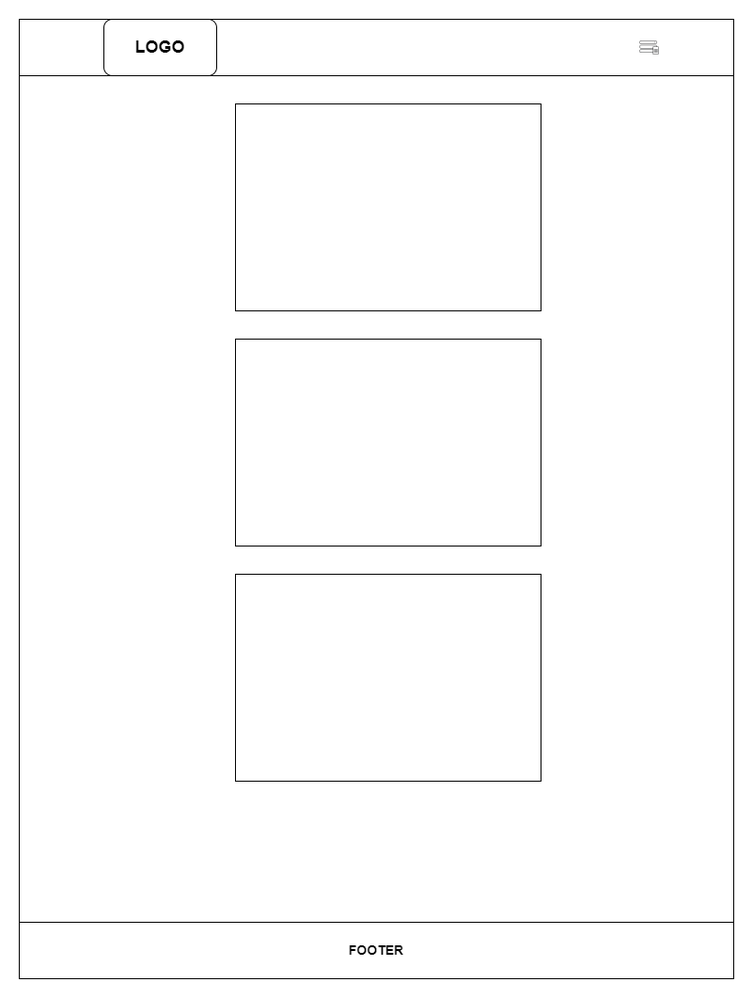
This is img/San pham-IPAD.png from NguyenHocPH36330/Web106_HocNC, a draw.io export, as it was before one commit. Source tidied: cells renumbered, new cells last; positions are measured from the earlier drawing's top-left corner, leaving out a move shared by most shapes. The source it was exported from:
```xml
<mxGraphModel>
  <root>
    <mxCell id="0" />
    <mxCell id="1" parent="0" />
    <mxCell id="2" style="rounded=0;whiteSpace=wrap;html=1;" parent="1" vertex="1">
      <mxGeometry width="760" height="1020" as="geometry" />
    </mxCell>
    <mxCell id="3" style="rounded=0;whiteSpace=wrap;html=1;" parent="1" vertex="1">
      <mxGeometry width="760" height="60" as="geometry" />
    </mxCell>
    <mxCell id="4" value="&lt;h2&gt;LOGO&lt;/h2&gt;" style="rounded=1;whiteSpace=wrap;html=1;" parent="1" vertex="1">
      <mxGeometry x="90" width="120" height="60" as="geometry" />
    </mxCell>
    <mxCell id="5" style="sketch=0;shadow=0;dashed=0;html=1;strokeColor=none;fillColor=#434445;labelPosition=center;verticalLabelPosition=bottom;verticalAlign=top;align=center;shape=mxgraph.vvd.array_manager;" parent="1" vertex="1">
      <mxGeometry x="660" y="22.7" width="20" height="14.6" as="geometry" />
    </mxCell>
    <mxCell id="6" style="rounded=0;whiteSpace=wrap;html=1;" parent="1" vertex="1">
      <mxGeometry x="230" y="90" width="325" height="220" as="geometry" />
    </mxCell>
    <mxCell id="7" value="&lt;h3&gt;FOOTER&lt;/h3&gt;" style="rounded=0;whiteSpace=wrap;html=1;" parent="1" vertex="1">
      <mxGeometry y="960" width="760" height="60" as="geometry" />
    </mxCell>
    <mxCell id="8" style="rounded=0;whiteSpace=wrap;html=1;" parent="1" vertex="1">
      <mxGeometry x="230" y="340" width="325" height="220" as="geometry" />
    </mxCell>
    <mxCell id="9" style="rounded=0;whiteSpace=wrap;html=1;" parent="1" vertex="1">
      <mxGeometry x="230" y="590" width="325" height="220" as="geometry" />
    </mxCell>
  </root>
</mxGraphModel>
```
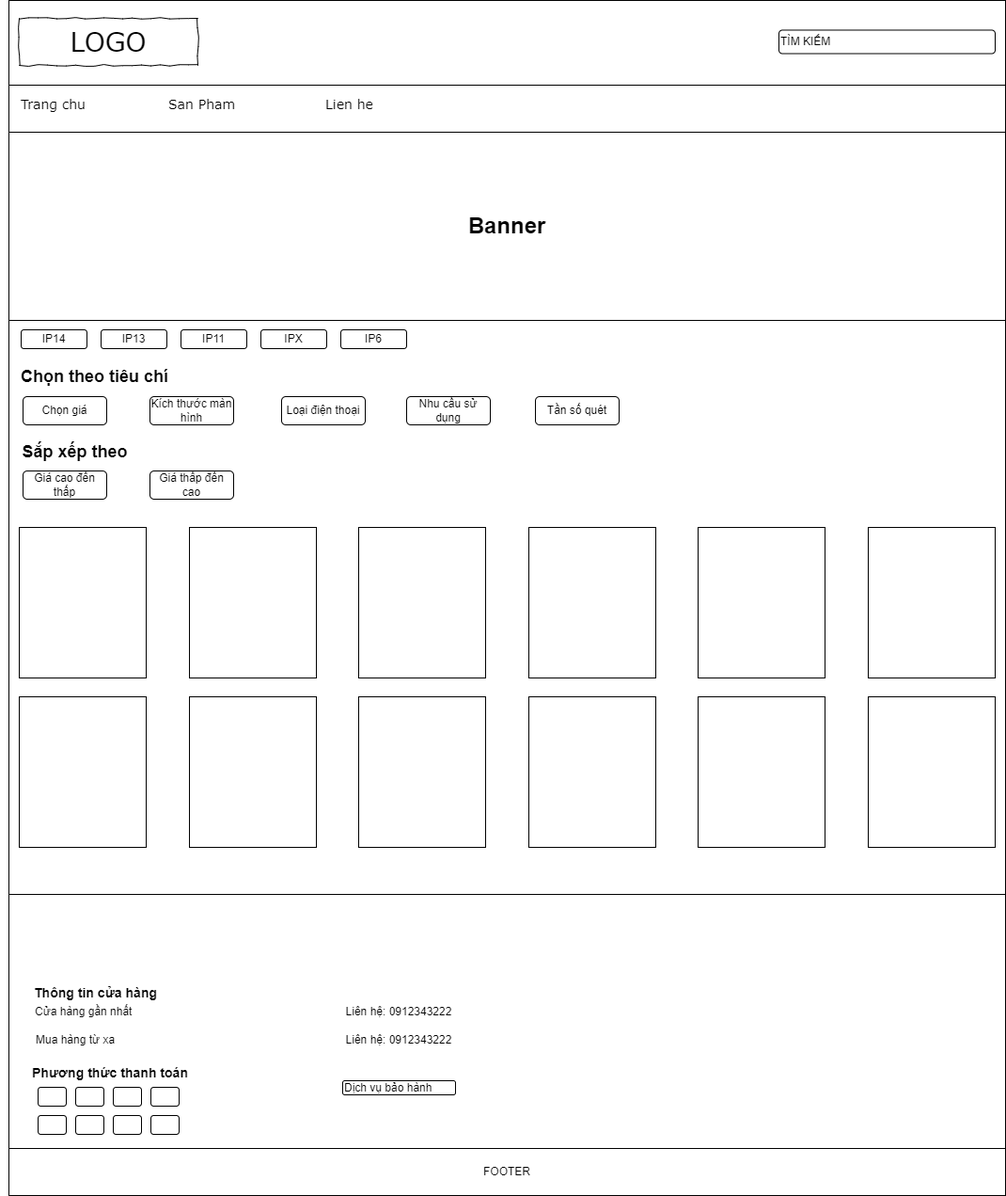
The same file after the commit.

The edit, as a diff of the source:
```diff
@@ -2,29 +2,158 @@
   <root>
     <mxCell id="0" />
     <mxCell id="1" parent="0" />
-    <mxCell id="2" style="rounded=0;whiteSpace=wrap;html=1;" parent="1" vertex="1">
-      <mxGeometry width="760" height="1020" as="geometry" />
-    </mxCell>
-    <mxCell id="3" style="rounded=0;whiteSpace=wrap;html=1;" parent="1" vertex="1">
-      <mxGeometry width="760" height="60" as="geometry" />
-    </mxCell>
+    <mxCell id="10" style="rounded=0;whiteSpace=wrap;html=1;" parent="1" vertex="1">
+      <mxGeometry x="-1050" y="10" width="1060" height="1260" as="geometry" />
+    </mxCell>
+    <mxCell id="11" style="rounded=0;whiteSpace=wrap;html=1;" parent="1" vertex="1">
+      <mxGeometry x="-1050" width="1060" height="90" as="geometry" />
+    </mxCell>
+    <mxCell id="12" value="Trang chu" style="text;html=1;align=left;verticalAlign=top;spacingTop=-4;fontSize=14;fontFamily=Verdana;flipH=0;" parent="1" vertex="1">
+      <mxGeometry x="-1039" y="100" width="75" height="20" as="geometry" />
+    </mxCell>
+    <mxCell id="13" value="San Pham" style="text;html=1;align=left;verticalAlign=top;spacingTop=-4;fontSize=14;fontFamily=Verdana;flipH=0;" parent="1" vertex="1">
+      <mxGeometry x="-882" y="100" width="75" height="20" as="geometry" />
+    </mxCell>
+    <mxCell id="14" value="Lien he" style="text;html=1;align=left;verticalAlign=top;spacingTop=-4;fontSize=14;fontFamily=Verdana;flipH=0;" parent="1" vertex="1">
+      <mxGeometry x="-715" y="100" width="75" height="20" as="geometry" />
+    </mxCell>
-    <mxCell id="4" value="&lt;h2&gt;LOGO&lt;/h2&gt;" style="rounded=1;whiteSpace=wrap;html=1;" parent="1" vertex="1">
-      <mxGeometry x="90" width="120" height="60" as="geometry" />
+    <mxCell id="4" value="LOGO" style="whiteSpace=wrap;html=1;rounded=0;shadow=0;labelBackgroundColor=none;strokeWidth=1;fontFamily=Verdana;fontSize=28;align=center;comic=1;" parent="1" vertex="1">
+      <mxGeometry x="-1039" y="19" width="190" height="50" as="geometry" />
     </mxCell>
-    <mxCell id="5" style="sketch=0;shadow=0;dashed=0;html=1;strokeColor=none;fillColor=#434445;labelPosition=center;verticalLabelPosition=bottom;verticalAlign=top;align=center;shape=mxgraph.vvd.array_manager;" parent="1" vertex="1">
-      <mxGeometry x="660" y="22.7" width="20" height="14.6" as="geometry" />
-    </mxCell>
-    <mxCell id="6" style="rounded=0;whiteSpace=wrap;html=1;" parent="1" vertex="1">
-      <mxGeometry x="230" y="90" width="325" height="220" as="geometry" />
-    </mxCell>
+    <mxCell id="15" value="&lt;h1&gt;Banner&lt;/h1&gt;" style="rounded=0;whiteSpace=wrap;html=1;" parent="1" vertex="1">
+      <mxGeometry x="-1050" y="140" width="1060" height="200" as="geometry" />
+    </mxCell>
+    <mxCell id="16" value="TÌM KIẾM" style="rounded=1;whiteSpace=wrap;html=1;align=left;" parent="1" vertex="1">
+      <mxGeometry x="-231" y="31.5" width="230" height="25" as="geometry" />
+    </mxCell>
+    <mxCell id="17" value="&lt;h2&gt;Chọn theo tiêu chí&lt;/h2&gt;" style="text;html=1;strokeColor=none;fillColor=none;align=left;verticalAlign=middle;whiteSpace=wrap;rounded=0;" parent="1" vertex="1">
+      <mxGeometry x="-1039" y="385" width="159" height="30" as="geometry" />
+    </mxCell>
+    <mxCell id="18" value="IP14" style="rounded=1;whiteSpace=wrap;html=1;flipH=1;" parent="1" vertex="1">
+      <mxGeometry x="-1037" y="350" width="70" height="20" as="geometry" />
+    </mxCell>
+    <mxCell id="19" value="IP13" style="rounded=1;whiteSpace=wrap;html=1;flipH=1;" parent="1" vertex="1">
+      <mxGeometry x="-952" y="350" width="70" height="20" as="geometry" />
+    </mxCell>
+    <mxCell id="20" value="IP11" style="rounded=1;whiteSpace=wrap;html=1;flipH=1;" parent="1" vertex="1">
+      <mxGeometry x="-867" y="350" width="70" height="20" as="geometry" />
+    </mxCell>
+    <mxCell id="21" value="IPX" style="rounded=1;whiteSpace=wrap;html=1;flipH=1;" parent="1" vertex="1">
+      <mxGeometry x="-782" y="350" width="70" height="20" as="geometry" />
+    </mxCell>
+    <mxCell id="22" value="IP6" style="rounded=1;whiteSpace=wrap;html=1;flipH=1;" parent="1" vertex="1">
+      <mxGeometry x="-697" y="350" width="70" height="20" as="geometry" />
+    </mxCell>
+    <mxCell id="23" value="Chọn giá" style="rounded=1;whiteSpace=wrap;html=1;" parent="1" vertex="1">
+      <mxGeometry x="-1035" y="421" width="89" height="30" as="geometry" />
+    </mxCell>
+    <mxCell id="24" value="Kích thước màn hình" style="rounded=1;whiteSpace=wrap;html=1;" parent="1" vertex="1">
+      <mxGeometry x="-900" y="421" width="89" height="30" as="geometry" />
+    </mxCell>
+    <mxCell id="25" value="Loại điện thoại" style="rounded=1;whiteSpace=wrap;html=1;" parent="1" vertex="1">
+      <mxGeometry x="-760" y="421" width="89" height="30" as="geometry" />
+    </mxCell>
+    <mxCell id="26" value="Nhu cầu sử dụng" style="rounded=1;whiteSpace=wrap;html=1;" parent="1" vertex="1">
+      <mxGeometry x="-627" y="421" width="89" height="30" as="geometry" />
+    </mxCell>
+    <mxCell id="27" value="Tần số quét" style="rounded=1;whiteSpace=wrap;html=1;" parent="1" vertex="1">
+      <mxGeometry x="-490" y="421" width="89" height="30" as="geometry" />
+    </mxCell>
+    <mxCell id="28" value="&lt;h2&gt;Sắp xếp theo&lt;/h2&gt;" style="text;html=1;strokeColor=none;fillColor=none;align=center;verticalAlign=middle;whiteSpace=wrap;rounded=0;" parent="1" vertex="1">
+      <mxGeometry x="-1059" y="465" width="159" height="30" as="geometry" />
+    </mxCell>
+    <mxCell id="29" value="Giá cao đến thấp" style="rounded=1;whiteSpace=wrap;html=1;" parent="1" vertex="1">
+      <mxGeometry x="-1035" y="500" width="89" height="30" as="geometry" />
+    </mxCell>
+    <mxCell id="30" value="Giá thấp đến cao" style="rounded=1;whiteSpace=wrap;html=1;" parent="1" vertex="1">
+      <mxGeometry x="-900" y="500" width="89" height="30" as="geometry" />
+    </mxCell>
+    <mxCell id="31" style="rounded=0;whiteSpace=wrap;html=1;flipH=0;" parent="1" vertex="1">
+      <mxGeometry x="-1039" y="560" width="135" height="160" as="geometry" />
+    </mxCell>
+    <mxCell id="32" style="rounded=0;whiteSpace=wrap;html=1;flipH=0;" parent="1" vertex="1">
+      <mxGeometry x="-858" y="560" width="135" height="160" as="geometry" />
+    </mxCell>
+    <mxCell id="33" style="rounded=0;whiteSpace=wrap;html=1;flipH=0;" parent="1" vertex="1">
+      <mxGeometry x="-678" y="560" width="135" height="160" as="geometry" />
+    </mxCell>
+    <mxCell id="34" style="rounded=0;whiteSpace=wrap;html=1;flipH=0;" parent="1" vertex="1">
+      <mxGeometry x="-497" y="560" width="135" height="160" as="geometry" />
+    </mxCell>
+    <mxCell id="35" style="rounded=0;whiteSpace=wrap;html=1;flipH=0;" parent="1" vertex="1">
+      <mxGeometry x="-317" y="560" width="135" height="160" as="geometry" />
+    </mxCell>
+    <mxCell id="36" style="rounded=0;whiteSpace=wrap;html=1;flipH=0;" parent="1" vertex="1">
+      <mxGeometry x="-136" y="560" width="135" height="160" as="geometry" />
+    </mxCell>
+    <mxCell id="37" style="rounded=0;whiteSpace=wrap;html=1;flipH=0;" parent="1" vertex="1">
+      <mxGeometry x="-1039" y="740" width="135" height="160" as="geometry" />
+    </mxCell>
+    <mxCell id="38" style="rounded=0;whiteSpace=wrap;html=1;flipH=0;" parent="1" vertex="1">
+      <mxGeometry x="-858" y="740" width="135" height="160" as="geometry" />
+    </mxCell>
+    <mxCell id="39" style="rounded=0;whiteSpace=wrap;html=1;flipH=0;" parent="1" vertex="1">
+      <mxGeometry x="-678" y="740" width="135" height="160" as="geometry" />
+    </mxCell>
+    <mxCell id="40" style="rounded=0;whiteSpace=wrap;html=1;flipH=0;" parent="1" vertex="1">
+      <mxGeometry x="-497" y="740" width="135" height="160" as="geometry" />
+    </mxCell>
+    <mxCell id="41" style="rounded=0;whiteSpace=wrap;html=1;flipH=0;" parent="1" vertex="1">
+      <mxGeometry x="-317" y="740" width="135" height="160" as="geometry" />
+    </mxCell>
+    <mxCell id="42" style="rounded=0;whiteSpace=wrap;html=1;flipH=0;" parent="1" vertex="1">
+      <mxGeometry x="-136" y="740" width="135" height="160" as="geometry" />
+    </mxCell>
+    <mxCell id="43" value="&lt;h2&gt;&lt;br&gt;&lt;/h2&gt;" style="rounded=0;whiteSpace=wrap;html=1;align=left;" parent="1" vertex="1">
+      <mxGeometry x="-1050" y="950" width="1060" height="270" as="geometry" />
+    </mxCell>
+    <mxCell id="44" value="&lt;h3&gt;Thông tin cửa hàng&lt;/h3&gt;" style="text;html=1;strokeColor=none;fillColor=none;align=left;verticalAlign=middle;whiteSpace=wrap;rounded=0;" parent="1" vertex="1">
+      <mxGeometry x="-1025" y="1040" width="140" height="30" as="geometry" />
+    </mxCell>
+    <mxCell id="45" value="&lt;h3&gt;Phương thức thanh toán&lt;/h3&gt;" style="text;html=1;strokeColor=none;fillColor=none;align=center;verticalAlign=middle;whiteSpace=wrap;rounded=0;" parent="1" vertex="1">
+      <mxGeometry x="-1027" y="1125" width="170" height="30" as="geometry" />
+    </mxCell>
+    <mxCell id="46" style="rounded=1;whiteSpace=wrap;html=1;" parent="1" vertex="1">
+      <mxGeometry x="-1019" y="1155" width="30" height="20" as="geometry" />
+    </mxCell>
+    <mxCell id="47" style="rounded=1;whiteSpace=wrap;html=1;" parent="1" vertex="1">
+      <mxGeometry x="-979" y="1155" width="30" height="20" as="geometry" />
+    </mxCell>
+    <mxCell id="48" style="rounded=1;whiteSpace=wrap;html=1;" parent="1" vertex="1">
+      <mxGeometry x="-939" y="1155" width="30" height="20" as="geometry" />
+    </mxCell>
+    <mxCell id="49" style="rounded=1;whiteSpace=wrap;html=1;" parent="1" vertex="1">
+      <mxGeometry x="-899" y="1155" width="30" height="20" as="geometry" />
+    </mxCell>
+    <mxCell id="50" style="rounded=1;whiteSpace=wrap;html=1;" parent="1" vertex="1">
+      <mxGeometry x="-1019" y="1185" width="30" height="20" as="geometry" />
+    </mxCell>
+    <mxCell id="51" style="rounded=1;whiteSpace=wrap;html=1;" parent="1" vertex="1">
+      <mxGeometry x="-979" y="1185" width="30" height="20" as="geometry" />
+    </mxCell>
+    <mxCell id="52" style="rounded=1;whiteSpace=wrap;html=1;" parent="1" vertex="1">
+      <mxGeometry x="-939" y="1185" width="30" height="20" as="geometry" />
+    </mxCell>
+    <mxCell id="53" style="rounded=1;whiteSpace=wrap;html=1;" parent="1" vertex="1">
+      <mxGeometry x="-899" y="1185" width="30" height="20" as="geometry" />
+    </mxCell>
-    <mxCell id="7" value="&lt;h3&gt;FOOTER&lt;/h3&gt;" style="rounded=0;whiteSpace=wrap;html=1;" parent="1" vertex="1">
-      <mxGeometry y="960" width="760" height="60" as="geometry" />
+    <mxCell id="7" value="FOOTER" style="rounded=0;whiteSpace=wrap;html=1;" parent="1" vertex="1">
+      <mxGeometry x="-1050" y="1220" width="1060" height="50" as="geometry" />
     </mxCell>
-    <mxCell id="8" style="rounded=0;whiteSpace=wrap;html=1;" parent="1" vertex="1">
-      <mxGeometry x="230" y="340" width="325" height="220" as="geometry" />
-    </mxCell>
-    <mxCell id="9" style="rounded=0;whiteSpace=wrap;html=1;" parent="1" vertex="1">
-      <mxGeometry x="230" y="590" width="325" height="220" as="geometry" />
-    </mxCell>
+    <mxCell id="54" value="Cửa hàng gần nhất" style="text;html=1;strokeColor=none;fillColor=none;align=left;verticalAlign=middle;whiteSpace=wrap;rounded=0;" parent="1" vertex="1">
+      <mxGeometry x="-1024" y="1060" width="138" height="30" as="geometry" />
+    </mxCell>
+    <mxCell id="55" value="Mua hàng từ xa" style="text;html=1;strokeColor=none;fillColor=none;align=left;verticalAlign=middle;whiteSpace=wrap;rounded=0;" parent="1" vertex="1">
+      <mxGeometry x="-1023" y="1090" width="138" height="30" as="geometry" />
+    </mxCell>
+    <mxCell id="56" value="Liên hệ: 0912343222" style="text;html=1;strokeColor=none;fillColor=none;align=center;verticalAlign=middle;whiteSpace=wrap;rounded=0;" parent="1" vertex="1">
+      <mxGeometry x="-701" y="1060" width="132" height="30" as="geometry" />
+    </mxCell>
+    <mxCell id="57" value="Liên hệ: 0912343222" style="text;html=1;strokeColor=none;fillColor=none;align=center;verticalAlign=middle;whiteSpace=wrap;rounded=0;" parent="1" vertex="1">
+      <mxGeometry x="-701" y="1090" width="132" height="30" as="geometry" />
+    </mxCell>
+    <mxCell id="58" value="Dịch vụ bảo hành" style="rounded=1;whiteSpace=wrap;html=1;align=left;" parent="1" vertex="1">
+      <mxGeometry x="-695" y="1148" width="120" height="15" as="geometry" />
+    </mxCell>
   </root>
 </mxGraphModel>
```
